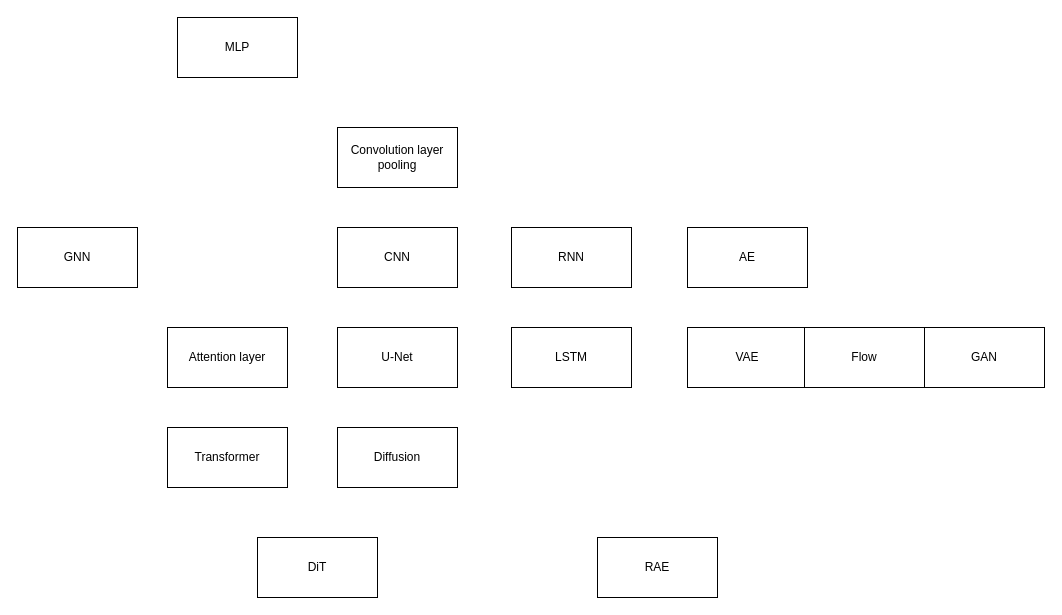
Earlier version of the draw.io diagram deep learning.drawio (shawnguo327/Draw-io-cloud). Source tidied: cells renumbered, new cells numbered last; positions are measured from the earlier drawing's top-left corner, leaving out a move shared by most shapes. Both pictures are drawn from the tidied source at 100%, with x=0, y=0 at pixel (17, 17).
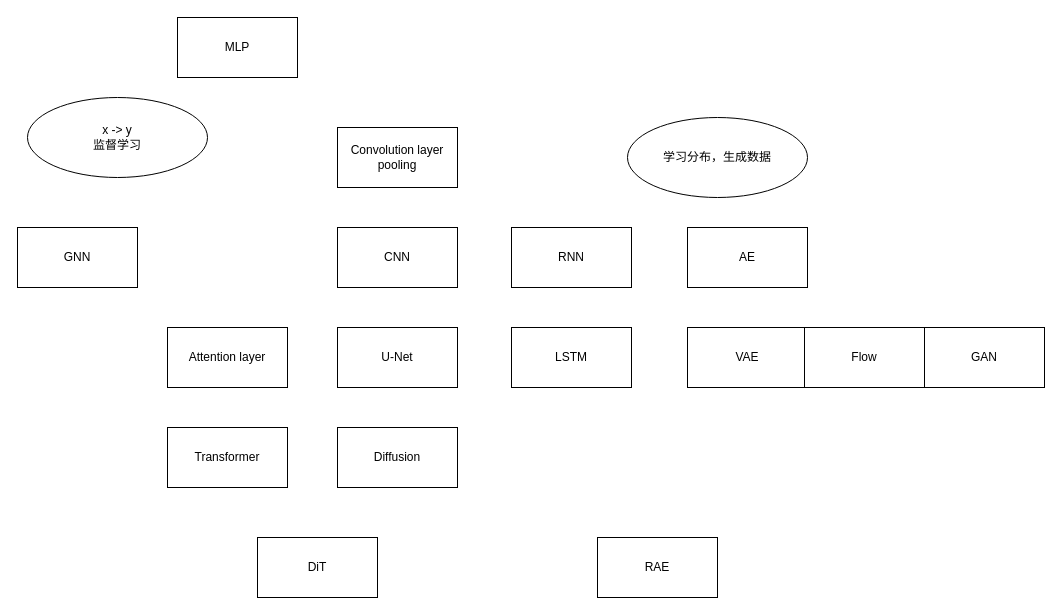
The same page after the edit.

Diff of the diagram source:
```diff
@@
 <mxGraphModel>
   <root>
     <mxCell id="0" />
     <mxCell id="1" parent="0" />
     <mxCell id="2" value="MLP" style="rounded=0;whiteSpace=wrap;html=1;" parent="1" vertex="1">
       <mxGeometry x="160" width="120" height="60" as="geometry" />
     </mxCell>
     <mxCell id="3" value="CNN" style="rounded=0;whiteSpace=wrap;html=1;" parent="1" vertex="1">
       <mxGeometry x="320" y="210" width="120" height="60" as="geometry" />
     </mxCell>
     <mxCell id="4" value="RNN" style="rounded=0;whiteSpace=wrap;html=1;" parent="1" vertex="1">
       <mxGeometry x="494" y="210" width="120" height="60" as="geometry" />
     </mxCell>
     <mxCell id="5" value="LSTM" style="rounded=0;whiteSpace=wrap;html=1;" parent="1" vertex="1">
       <mxGeometry x="494" y="310" width="120" height="60" as="geometry" />
     </mxCell>
     <mxCell id="6" value="Attention layer" style="rounded=0;whiteSpace=wrap;html=1;" parent="1" vertex="1">
       <mxGeometry x="150" y="310" width="120" height="60" as="geometry" />
     </mxCell>
     <mxCell id="7" value="U-Net" style="rounded=0;whiteSpace=wrap;html=1;" parent="1" vertex="1">
       <mxGeometry x="320" y="310" width="120" height="60" as="geometry" />
     </mxCell>
     <mxCell id="8" value="Transformer" style="rounded=0;whiteSpace=wrap;html=1;" parent="1" vertex="1">
       <mxGeometry x="150" y="410" width="120" height="60" as="geometry" />
     </mxCell>
     <mxCell id="9" value="VAE" style="rounded=0;whiteSpace=wrap;html=1;" parent="1" vertex="1">
       <mxGeometry x="670" y="310" width="120" height="60" as="geometry" />
     </mxCell>
     <mxCell id="10" value="AE" style="rounded=0;whiteSpace=wrap;html=1;" parent="1" vertex="1">
       <mxGeometry x="670" y="210" width="120" height="60" as="geometry" />
     </mxCell>
     <mxCell id="11" value="Convolution layer&lt;div&gt;pooling&lt;/div&gt;" style="rounded=0;whiteSpace=wrap;html=1;" parent="1" vertex="1">
       <mxGeometry x="320" y="110" width="120" height="60" as="geometry" />
     </mxCell>
     <mxCell id="12" value="Flow" style="rounded=0;whiteSpace=wrap;html=1;" parent="1" vertex="1">
       <mxGeometry x="787" y="310" width="120" height="60" as="geometry" />
     </mxCell>
     <mxCell id="13" value="GAN" style="rounded=0;whiteSpace=wrap;html=1;" parent="1" vertex="1">
       <mxGeometry x="907" y="310" width="120" height="60" as="geometry" />
     </mxCell>
     <mxCell id="14" value="GNN" style="rounded=0;whiteSpace=wrap;html=1;" parent="1" vertex="1">
       <mxGeometry y="210" width="120" height="60" as="geometry" />
     </mxCell>
     <mxCell id="15" value="Diffusion" style="rounded=0;whiteSpace=wrap;html=1;" parent="1" vertex="1">
       <mxGeometry x="320" y="410" width="120" height="60" as="geometry" />
     </mxCell>
     <mxCell id="16" value="DiT" style="rounded=0;whiteSpace=wrap;html=1;" parent="1" vertex="1">
       <mxGeometry x="240" y="520" width="120" height="60" as="geometry" />
     </mxCell>
     <mxCell id="17" value="RAE" style="rounded=0;whiteSpace=wrap;html=1;" parent="1" vertex="1">
       <mxGeometry x="580" y="520" width="120" height="60" as="geometry" />
     </mxCell>
+    <mxCell id="18" value="x -&amp;gt; y&lt;div&gt;监督学习&lt;/div&gt;" style="ellipse;whiteSpace=wrap;html=1;" parent="1" vertex="1">
+      <mxGeometry x="10" y="80" width="180" height="80" as="geometry" />
+    </mxCell>
+    <mxCell id="19" value="学习分布，生成数据" style="ellipse;whiteSpace=wrap;html=1;" parent="1" vertex="1">
+      <mxGeometry x="610" y="100" width="180" height="80" as="geometry" />
+    </mxCell>
   </root>
 </mxGraphModel>
```
